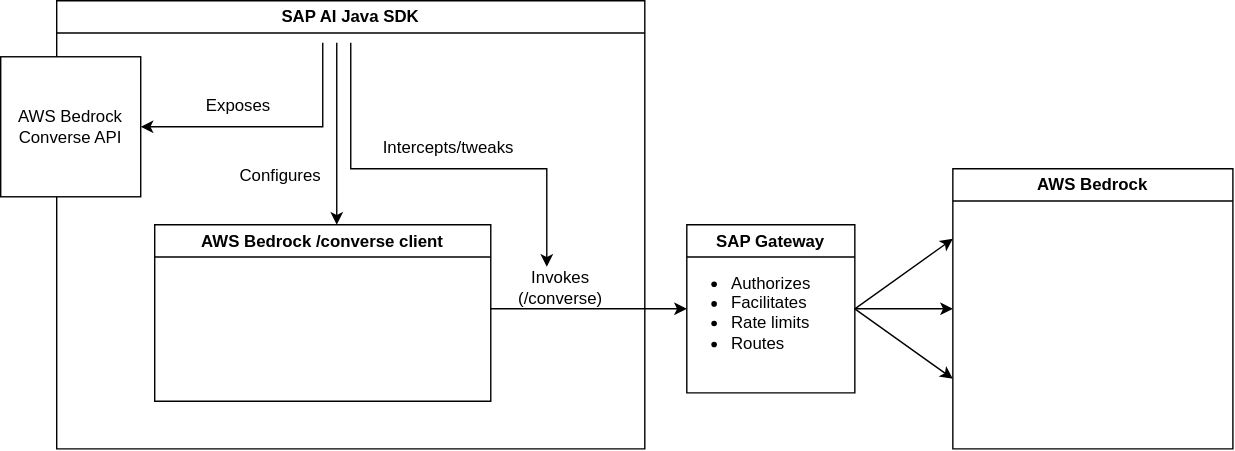
Above: docs/adrs/images/option_e.drawio.svg in SAP/ai-sdk-java (draw.io), before the change. Source tidied: cells renumbered, new cells last; positions are measured from the earlier drawing's top-left corner, leaving out a move shared by most shapes.
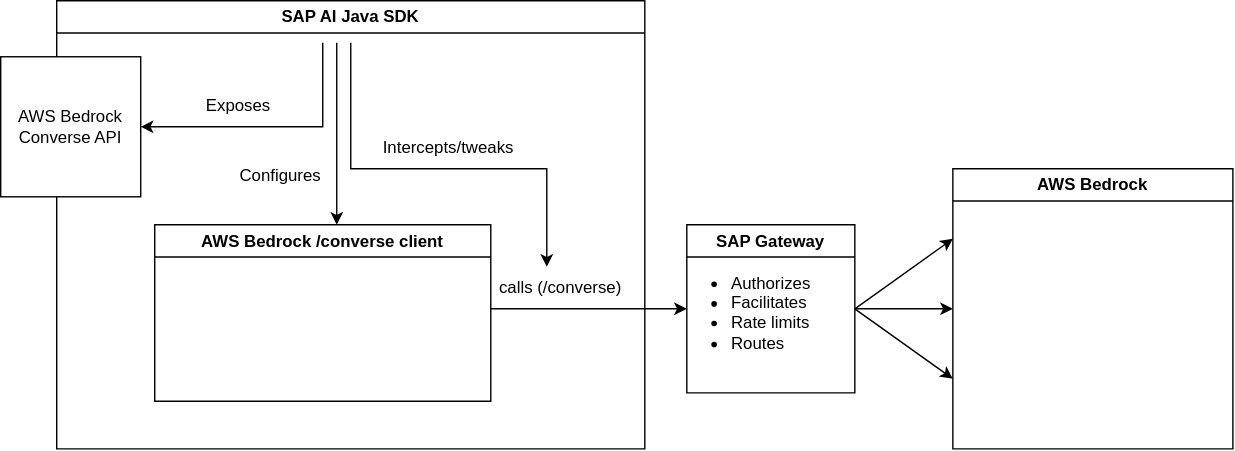
After the change.

Diff of the diagram source:
```diff
@@ -22,7 +22,7 @@
         <mxPoint x="310" y="220" as="sourcePoint" />
       </mxGeometry>
     </mxCell>
-    <mxCell id="8" value="Invokes (/converse)" style="text;html=1;whiteSpace=wrap;strokeColor=none;fillColor=none;align=center;verticalAlign=middle;rounded=0;" parent="3" vertex="1">
+    <mxCell id="8" value="calls (/converse)" style="text;html=1;whiteSpace=wrap;strokeColor=none;fillColor=none;align=center;verticalAlign=middle;rounded=0;" parent="3" vertex="1">
       <mxGeometry x="310" y="190" width="100" height="30" as="geometry" />
     </mxCell>
     <mxCell id="9" style="endArrow=classic;html=1;rounded=0;" parent="3" edge="1">
```
